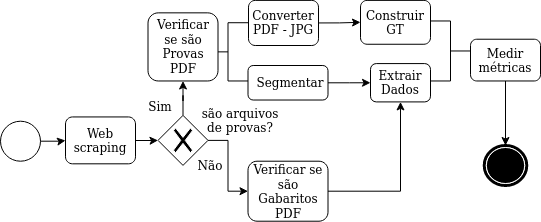
This is Untitled Diagram.png from karinawie/process-diagram, a draw.io export, as it was before one commit. Source tidied: cells renumbered, new cells last; positions are measured from the earlier drawing's top-left corner, leaving out a move shared by most shapes.
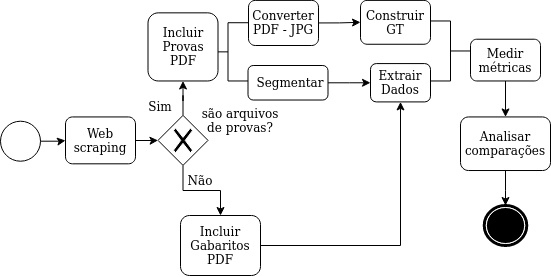
The same diagram one commit later.

What changed in the source:
```diff
@@ -23,13 +23,9 @@
     <mxCell id="8" style="html=1;shape=mxgraph.flowchart.annotation_2;align=left;labelPosition=right;" parent="1" vertex="1">
       <mxGeometry x="207.5" y="22.2" width="40" height="58.2" as="geometry" />
     </mxCell>
-    <mxCell id="9" style="edgeStyle=orthogonalEdgeStyle;rounded=0;jettySize=auto;html=1;" parent="1" edge="1" source="10" target="13">
-      <mxGeometry relative="1" as="geometry">
-        <Array as="points">
-          <mxPoint x="505" y="170" />
-        </Array>
-      </mxGeometry>
-    </mxCell>
+    <mxCell id="27" style="edgeStyle=orthogonalEdgeStyle;rounded=0;jettySize=auto;html=1;" parent="1" edge="1" source="10" target="29">
+      <mxGeometry relative="1" as="geometry" />
+    </mxCell>
     <mxCell id="10" value="Medir métricas" style="html=1;whiteSpace=wrap;rounded=1;" parent="1" vertex="1">
       <mxGeometry x="470" y="38.7" width="70" height="41.8" as="geometry" />
     </mxCell>
@@ -40,16 +36,16 @@
       <mxGeometry x="248" y="-0.1" width="70" height="45.1" as="geometry" />
     </mxCell>
     <mxCell id="13" style="shape=mxgraph.bpmn.shape;html=1;verticalLabelPosition=bottom;labelBackgroundColor=#ffffff;verticalAlign=top;align=center;perimeter=ellipsePerimeter;outlineConnect=0;outline=end;symbol=terminate;" parent="1" vertex="1">
-      <mxGeometry x="483.8" y="145" width="42.5" height="40" as="geometry" />
+      <mxGeometry x="483.8" y="205" width="42.5" height="40" as="geometry" />
     </mxCell>
-    <mxCell id="14" value="Verificar se são &lt;font style=&quot;font-size: 12px&quot;&gt;Provas PDF&lt;/font&gt;" style="shape=ext;rounded=1;html=1;whiteSpace=wrap;" parent="1" vertex="1">
+    <mxCell id="14" value="Incluir &lt;font style=&quot;font-size: 12px&quot;&gt;Provas PDF&lt;/font&gt;" style="shape=ext;rounded=1;html=1;whiteSpace=wrap;" parent="1" vertex="1">
       <mxGeometry x="147.5" y="12.3" width="70" height="68.1" as="geometry" />
     </mxCell>
     <mxCell id="15" style="edgeStyle=orthogonalEdgeStyle;rounded=0;jettySize=auto;html=1;entryX=0.5;entryY=1;entryDx=0;entryDy=0;" parent="1" edge="1" source="16" target="4">
       <mxGeometry relative="1" as="geometry" />
     </mxCell>
-    <mxCell id="16" value="&lt;font style=&quot;font-size: 12px&quot;&gt;Verificar se são Gabaritos PDF&lt;/font&gt;" style="shape=ext;rounded=1;html=1;whiteSpace=wrap;" parent="1" vertex="1">
-      <mxGeometry x="247.5" y="160.7" width="80" height="60" as="geometry" />
+    <mxCell id="16" value="&lt;font style=&quot;font-size: 12px&quot;&gt;Incluir Gabaritos PDF&lt;/font&gt;" style="shape=ext;rounded=1;html=1;whiteSpace=wrap;" parent="1" vertex="1">
+      <mxGeometry x="180" y="215" width="80" height="60" as="geometry" />
     </mxCell>
     <mxCell id="17" style="edgeStyle=orthogonalEdgeStyle;rounded=0;jettySize=auto;html=1;" parent="1" edge="1" source="19" target="14">
       <mxGeometry relative="1" as="geometry" />
@@ -67,7 +63,7 @@
       <mxGeometry x="140" y="96.4" width="40" height="20" as="geometry" />
     </mxCell>
     <mxCell id="22" value="&lt;div&gt;&lt;font style=&quot;font-size: 12px&quot;&gt;Não&lt;/font&gt;&lt;/div&gt;" style="text;html=1;strokeColor=none;fillColor=none;align=center;verticalAlign=middle;whiteSpace=wrap;rounded=0;" parent="1" vertex="1">
-      <mxGeometry x="190" y="155" width="40" height="20" as="geometry" />
+      <mxGeometry x="180" y="170" width="40" height="20" as="geometry" />
     </mxCell>
     <mxCell id="23" style="html=1;shape=mxgraph.flowchart.annotation_2;align=left;labelPosition=right;direction=west;" parent="1" vertex="1">
       <mxGeometry x="430" y="20.5" width="40" height="60" as="geometry" />
@@ -81,5 +77,11 @@
     <mxCell id="26" style="ellipse;whiteSpace=wrap;html=1;" parent="1" vertex="1">
       <mxGeometry y="120.7" width="40" height="40" as="geometry" />
     </mxCell>
+    <mxCell id="28" style="edgeStyle=orthogonalEdgeStyle;rounded=0;jettySize=auto;html=1;" parent="1" edge="1" source="29" target="13">
+      <mxGeometry relative="1" as="geometry" />
+    </mxCell>
+    <mxCell id="29" value="&lt;div&gt;Analisar comparações&lt;/div&gt;" style="html=1;whiteSpace=wrap;rounded=1;" parent="1" vertex="1">
+      <mxGeometry x="460" y="116.4" width="90" height="53.6" as="geometry" />
+    </mxCell>
   </root>
 </mxGraphModel>
```
